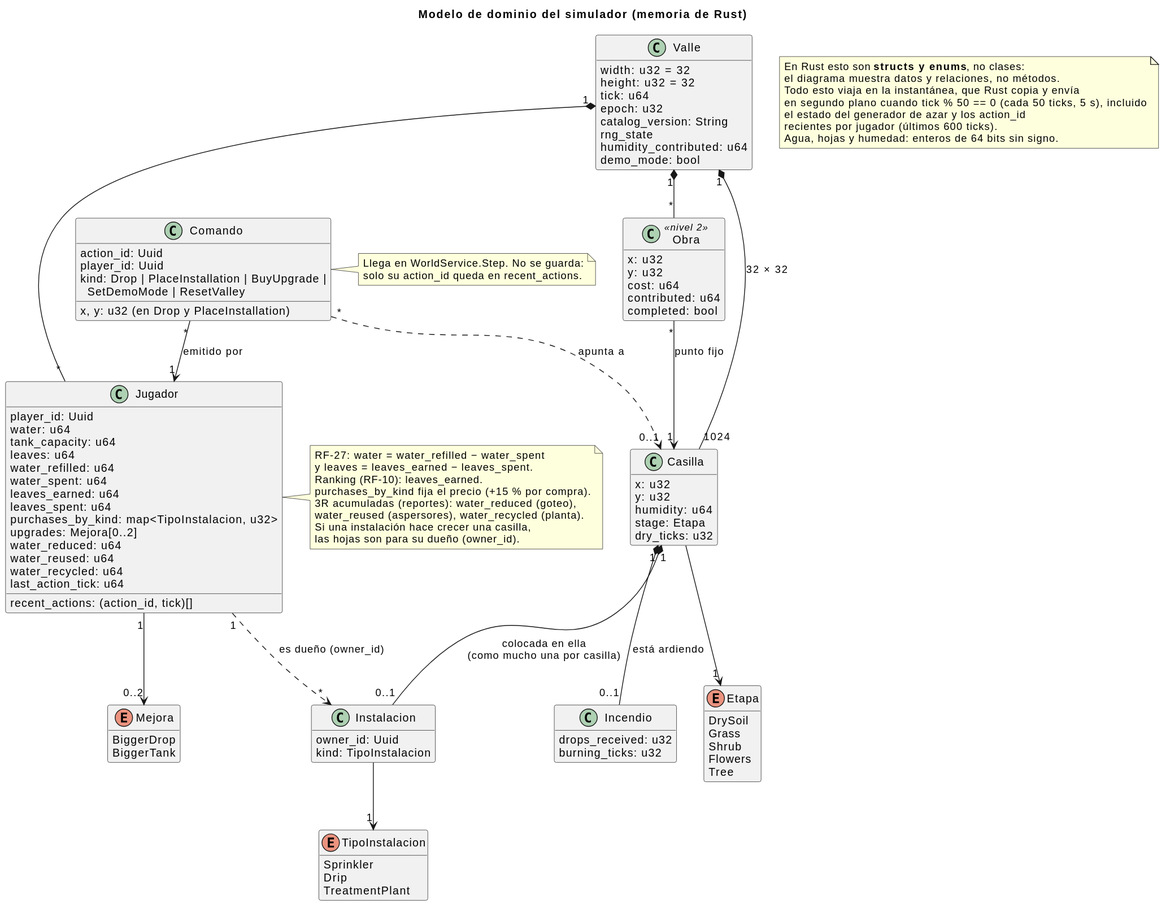
Above: docs/diagrams/06-dominio-simulador.svg in iadev2005/hydrovalley (PlantUML), before the change.
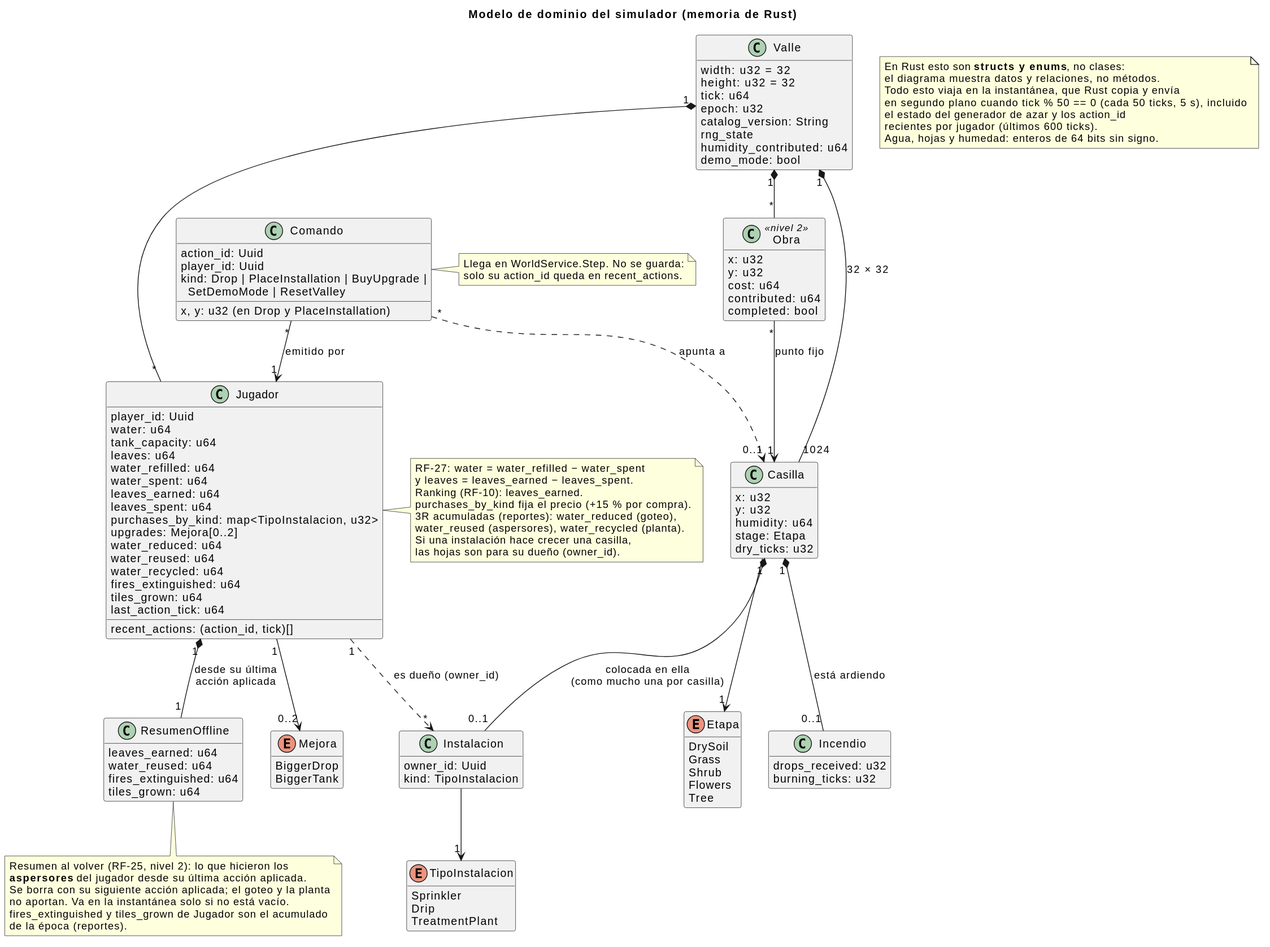
Above is the later version.

Commit message:
docs: regenerate the SVGs of diagrams 06 and 07

Diff of the diagram source:
```diff
@@ -43,8 +43,17 @@
   water_reduced: u64
   water_reused: u64
   water_recycled: u64
+  fires_extinguished: u64
+  tiles_grown: u64
   last_action_tick: u64
   recent_actions: (action_id, tick)[]
+}
+
+class ResumenOffline {
+  leaves_earned: u64
+  water_reused: u64
+  fires_extinguished: u64
+  tiles_grown: u64
 }
 
 class Instalacion {
@@ -90,6 +99,7 @@
 Jugador "1" ..> "*" Instalacion : es dueño (owner_id)
 Instalacion --> "1" TipoInstalacion
 Casilla "1" *-- "0..1" Instalacion : colocada en ella\n(como mucho una por casilla)
+Jugador "1" *-- "1" ResumenOffline : desde su última\nacción aplicada
 Jugador "1" --> "0..2" Mejora
 Comando "*" --> "1" Jugador : emitido por
 Comando "*" ..> "0..1" Casilla : apunta a
@@ -117,6 +127,15 @@
   las hojas son para su dueño (owner_id).
 end note
 
+note bottom of ResumenOffline
+  Resumen al volver (RF-25, nivel 2): lo que hicieron los
+  <b>aspersores</b> del jugador desde su última acción aplicada.
+  Se borra con su siguiente acción aplicada; el goteo y la planta
+  no aportan. Va en la instantánea solo si no está vacío.
+  fires_extinguished y tiles_grown de Jugador son el acumulado
+  de la época (reportes).
+end note
+
 note right of Comando
   Llega en WorldService.Step. No se guarda:
   solo su action_id queda en recent_actions.
```
